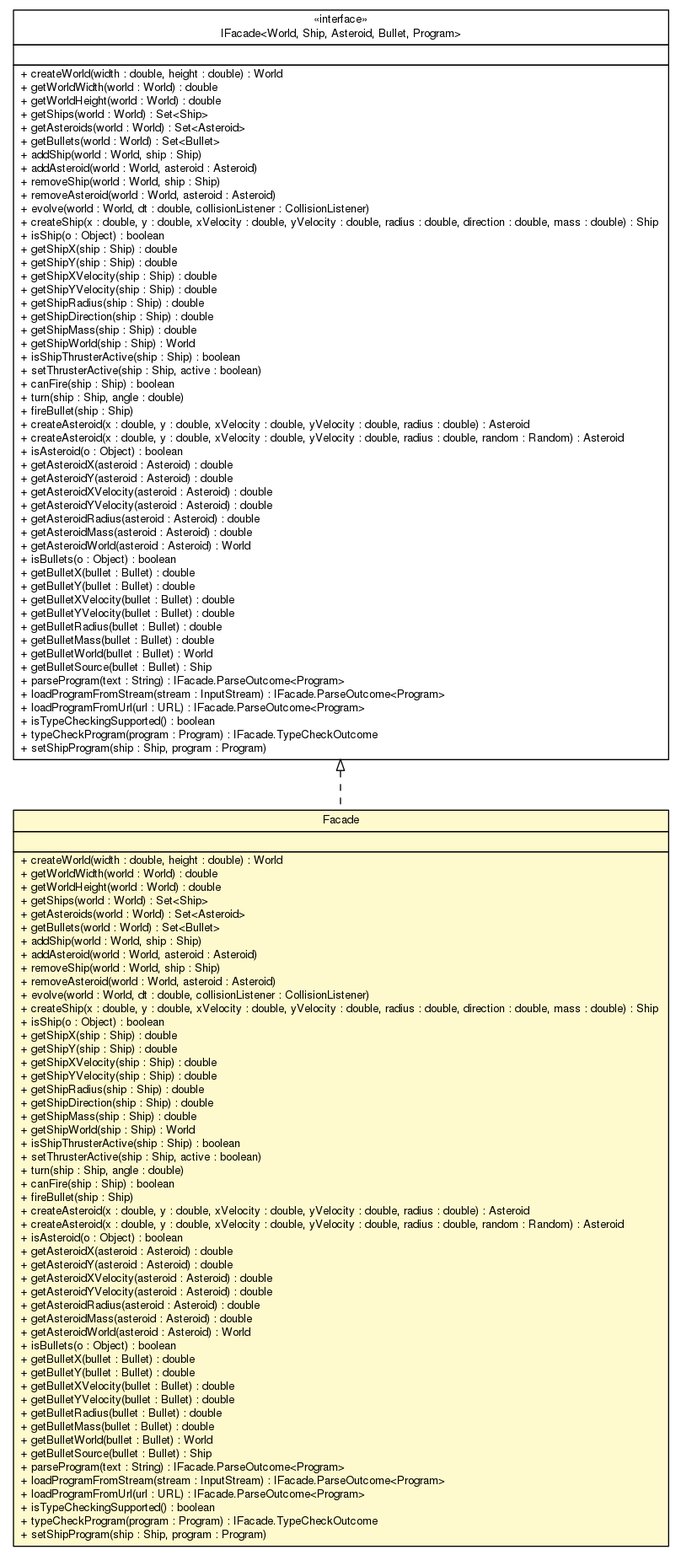
The Graphviz diagram doc/model/Facade.png in sinopeus/asteroids, before a commit. Its source is kept beside it as doc/model/Facade.dot. The source it was exported from:
```dot

digraph G {
	edge [fontname="Helvetica",fontsize=10,labelfontname="Helvetica",labelfontsize=10];
	node [fontname="Helvetica",fontsize=10,shape=plaintext];
	nodesep=0.25;
	ranksep=0.5;
	c8554 [label=<<table title="model.Facade" border="0" cellborder="1" cellspacing="0" cellpadding="2" port="p" bgcolor="lemonChiffon" href="./Facade.html">
		<tr><td><table border="0" cellspacing="0" cellpadding="1">
<tr><td align="center" balign="center"> Facade </td></tr>
		</table></td></tr>
		<tr><td><table border="0" cellspacing="0" cellpadding="1">
<tr><td align="left" balign="left">  </td></tr>
		</table></td></tr>
		<tr><td><table border="0" cellspacing="0" cellpadding="1">
<tr><td align="left" balign="left"> + createWorld(width : double, height : double) : World </td></tr>
<tr><td align="left" balign="left"> + getWorldWidth(world : World) : double </td></tr>
<tr><td align="left" balign="left"> + getWorldHeight(world : World) : double </td></tr>
<tr><td align="left" balign="left"> + getShips(world : World) : Set&lt;Ship&gt; </td></tr>
<tr><td align="left" balign="left"> + getAsteroids(world : World) : Set&lt;Asteroid&gt; </td></tr>
<tr><td align="left" balign="left"> + getBullets(world : World) : Set&lt;Bullet&gt; </td></tr>
<tr><td align="left" balign="left"> + addShip(world : World, ship : Ship) </td></tr>
<tr><td align="left" balign="left"> + addAsteroid(world : World, asteroid : Asteroid) </td></tr>
<tr><td align="left" balign="left"> + removeShip(world : World, ship : Ship) </td></tr>
<tr><td align="left" balign="left"> + removeAsteroid(world : World, asteroid : Asteroid) </td></tr>
<tr><td align="left" balign="left"> + evolve(world : World, dt : double, collisionListener : CollisionListener) </td></tr>
<tr><td align="left" balign="left"> + createShip(x : double, y : double, xVelocity : double, yVelocity : double, radius : double, direction : double, mass : double) : Ship </td></tr>
<tr><td align="left" balign="left"> + isShip(o : Object) : boolean </td></tr>
<tr><td align="left" balign="left"> + getShipX(ship : Ship) : double </td></tr>
<tr><td align="left" balign="left"> + getShipY(ship : Ship) : double </td></tr>
<tr><td align="left" balign="left"> + getShipXVelocity(ship : Ship) : double </td></tr>
<tr><td align="left" balign="left"> + getShipYVelocity(ship : Ship) : double </td></tr>
<tr><td align="left" balign="left"> + getShipRadius(ship : Ship) : double </td></tr>
<tr><td align="left" balign="left"> + getShipDirection(ship : Ship) : double </td></tr>
<tr><td align="left" balign="left"> + getShipMass(ship : Ship) : double </td></tr>
<tr><td align="left" balign="left"> + getShipWorld(ship : Ship) : World </td></tr>
<tr><td align="left" balign="left"> + isShipThrusterActive(ship : Ship) : boolean </td></tr>
<tr><td align="left" balign="left"> + setThrusterActive(ship : Ship, active : boolean) </td></tr>
<tr><td align="left" balign="left"> + turn(ship : Ship, angle : double) </td></tr>
<tr><td align="left" balign="left"> + canFire(ship : Ship) : boolean </td></tr>
<tr><td align="left" balign="left"> + fireBullet(ship : Ship) </td></tr>
<tr><td align="left" balign="left"> + createAsteroid(x : double, y : double, xVelocity : double, yVelocity : double, radius : double) : Asteroid </td></tr>
<tr><td align="left" balign="left"> + createAsteroid(x : double, y : double, xVelocity : double, yVelocity : double, radius : double, random : Random) : Asteroid </td></tr>
<tr><td align="left" balign="left"> + isAsteroid(o : Object) : boolean </td></tr>
<tr><td align="left" balign="left"> + getAsteroidX(asteroid : Asteroid) : double </td></tr>
<tr><td align="left" balign="left"> + getAsteroidY(asteroid : Asteroid) : double </td></tr>
<tr><td align="left" balign="left"> + getAsteroidXVelocity(asteroid : Asteroid) : double </td></tr>
<tr><td align="left" balign="left"> + getAsteroidYVelocity(asteroid : Asteroid) : double </td></tr>
<tr><td align="left" balign="left"> + getAsteroidRadius(asteroid : Asteroid) : double </td></tr>
<tr><td align="left" balign="left"> + getAsteroidMass(asteroid : Asteroid) : double </td></tr>
<tr><td align="left" balign="left"> + getAsteroidWorld(asteroid : Asteroid) : World </td></tr>
<tr><td align="left" balign="left"> + isBullets(o : Object) : boolean </td></tr>
<tr><td align="left" balign="left"> + getBulletX(bullet : Bullet) : double </td></tr>
<tr><td align="left" balign="left"> + getBulletY(bullet : Bullet) : double </td></tr>
<tr><td align="left" balign="left"> + getBulletXVelocity(bullet : Bullet) : double </td></tr>
<tr><td align="left" balign="left"> + getBulletYVelocity(bullet : Bullet) : double </td></tr>
<tr><td align="left" balign="left"> + getBulletRadius(bullet : Bullet) : double </td></tr>
<tr><td align="left" balign="left"> + getBulletMass(bullet : Bullet) : double </td></tr>
<tr><td align="left" balign="left"> + getBulletWorld(bullet : Bullet) : World </td></tr>
<tr><td align="left" balign="left"> + getBulletSource(bullet : Bullet) : Ship </td></tr>
<tr><td align="left" balign="left"> + parseProgram(text : String) : IFacade.ParseOutcome&lt;Program&gt; </td></tr>
<tr><td align="left" balign="left"> + loadProgramFromStream(stream : InputStream) : IFacade.ParseOutcome&lt;Program&gt; </td></tr>
<tr><td align="left" balign="left"> + loadProgramFromUrl(url : URL) : IFacade.ParseOutcome&lt;Program&gt; </td></tr>
<tr><td align="left" balign="left"> + isTypeCheckingSupported() : boolean </td></tr>
<tr><td align="left" balign="left"> + typeCheckProgram(program : Program) : IFacade.TypeCheckOutcome </td></tr>
<tr><td align="left" balign="left"> + setShipProgram(ship : Ship, program : Program) </td></tr>
		</table></td></tr>
		</table>>, URL="./Facade.html", fontname="Helvetica", fontcolor="black", fontsize=10.0];
	c8555 [label=<<table title="model.IFacade" border="0" cellborder="1" cellspacing="0" cellpadding="2" port="p" href="./IFacade.html">
		<tr><td><table border="0" cellspacing="0" cellpadding="1">
<tr><td align="center" balign="center"> &#171;interface&#187; </td></tr>
<tr><td align="center" balign="center"> IFacade&lt;World, Ship, Asteroid, Bullet, Program&gt; </td></tr>
		</table></td></tr>
		<tr><td><table border="0" cellspacing="0" cellpadding="1">
<tr><td align="left" balign="left">  </td></tr>
		</table></td></tr>
		<tr><td><table border="0" cellspacing="0" cellpadding="1">
<tr><td align="left" balign="left"> + createWorld(width : double, height : double) : World </td></tr>
<tr><td align="left" balign="left"> + getWorldWidth(world : World) : double </td></tr>
<tr><td align="left" balign="left"> + getWorldHeight(world : World) : double </td></tr>
<tr><td align="left" balign="left"> + getShips(world : World) : Set&lt;Ship&gt; </td></tr>
<tr><td align="left" balign="left"> + getAsteroids(world : World) : Set&lt;Asteroid&gt; </td></tr>
<tr><td align="left" balign="left"> + getBullets(world : World) : Set&lt;Bullet&gt; </td></tr>
<tr><td align="left" balign="left"> + addShip(world : World, ship : Ship) </td></tr>
<tr><td align="left" balign="left"> + addAsteroid(world : World, asteroid : Asteroid) </td></tr>
<tr><td align="left" balign="left"> + removeShip(world : World, ship : Ship) </td></tr>
<tr><td align="left" balign="left"> + removeAsteroid(world : World, asteroid : Asteroid) </td></tr>
<tr><td align="left" balign="left"> + evolve(world : World, dt : double, collisionListener : CollisionListener) </td></tr>
<tr><td align="left" balign="left"> + createShip(x : double, y : double, xVelocity : double, yVelocity : double, radius : double, direction : double, mass : double) : Ship </td></tr>
<tr><td align="left" balign="left"> + isShip(o : Object) : boolean </td></tr>
<tr><td align="left" balign="left"> + getShipX(ship : Ship) : double </td></tr>
<tr><td align="left" balign="left"> + getShipY(ship : Ship) : double </td></tr>
<tr><td align="left" balign="left"> + getShipXVelocity(ship : Ship) : double </td></tr>
<tr><td align="left" balign="left"> + getShipYVelocity(ship : Ship) : double </td></tr>
<tr><td align="left" balign="left"> + getShipRadius(ship : Ship) : double </td></tr>
<tr><td align="left" balign="left"> + getShipDirection(ship : Ship) : double </td></tr>
<tr><td align="left" balign="left"> + getShipMass(ship : Ship) : double </td></tr>
<tr><td align="left" balign="left"> + getShipWorld(ship : Ship) : World </td></tr>
<tr><td align="left" balign="left"> + isShipThrusterActive(ship : Ship) : boolean </td></tr>
<tr><td align="left" balign="left"> + setThrusterActive(ship : Ship, active : boolean) </td></tr>
<tr><td align="left" balign="left"> + canFire(ship : Ship) : boolean </td></tr>
<tr><td align="left" balign="left"> + turn(ship : Ship, angle : double) </td></tr>
<tr><td align="left" balign="left"> + fireBullet(ship : Ship) </td></tr>
<tr><td align="left" balign="left"> + createAsteroid(x : double, y : double, xVelocity : double, yVelocity : double, radius : double) : Asteroid </td></tr>
<tr><td align="left" balign="left"> + createAsteroid(x : double, y : double, xVelocity : double, yVelocity : double, radius : double, random : Random) : Asteroid </td></tr>
<tr><td align="left" balign="left"> + isAsteroid(o : Object) : boolean </td></tr>
<tr><td align="left" balign="left"> + getAsteroidX(asteroid : Asteroid) : double </td></tr>
<tr><td align="left" balign="left"> + getAsteroidY(asteroid : Asteroid) : double </td></tr>
<tr><td align="left" balign="left"> + getAsteroidXVelocity(asteroid : Asteroid) : double </td></tr>
<tr><td align="left" balign="left"> + getAsteroidYVelocity(asteroid : Asteroid) : double </td></tr>
<tr><td align="left" balign="left"> + getAsteroidRadius(asteroid : Asteroid) : double </td></tr>
<tr><td align="left" balign="left"> + getAsteroidMass(asteroid : Asteroid) : double </td></tr>
<tr><td align="left" balign="left"> + getAsteroidWorld(asteroid : Asteroid) : World </td></tr>
<tr><td align="left" balign="left"> + isBullets(o : Object) : boolean </td></tr>
<tr><td align="left" balign="left"> + getBulletX(bullet : Bullet) : double </td></tr>
<tr><td align="left" balign="left"> + getBulletY(bullet : Bullet) : double </td></tr>
<tr><td align="left" balign="left"> + getBulletXVelocity(bullet : Bullet) : double </td></tr>
<tr><td align="left" balign="left"> + getBulletYVelocity(bullet : Bullet) : double </td></tr>
<tr><td align="left" balign="left"> + getBulletRadius(bullet : Bullet) : double </td></tr>
<tr><td align="left" balign="left"> + getBulletMass(bullet : Bullet) : double </td></tr>
<tr><td align="left" balign="left"> + getBulletWorld(bullet : Bullet) : World </td></tr>
<tr><td align="left" balign="left"> + getBulletSource(bullet : Bullet) : Ship </td></tr>
<tr><td align="left" balign="left"> + parseProgram(text : String) : IFacade.ParseOutcome&lt;Program&gt; </td></tr>
<tr><td align="left" balign="left"> + loadProgramFromStream(stream : InputStream) : IFacade.ParseOutcome&lt;Program&gt; </td></tr>
<tr><td align="left" balign="left"> + loadProgramFromUrl(url : URL) : IFacade.ParseOutcome&lt;Program&gt; </td></tr>
<tr><td align="left" balign="left"> + isTypeCheckingSupported() : boolean </td></tr>
<tr><td align="left" balign="left"> + typeCheckProgram(program : Program) : IFacade.TypeCheckOutcome </td></tr>
<tr><td align="left" balign="left"> + setShipProgram(ship : Ship, program : Program) </td></tr>
		</table></td></tr>
		</table>>, URL="./IFacade.html", fontname="Helvetica", fontcolor="black", fontsize=10.0];
	c8555:p -> c8554:p [dir=back,arrowtail=empty,style=dashed];
}
```
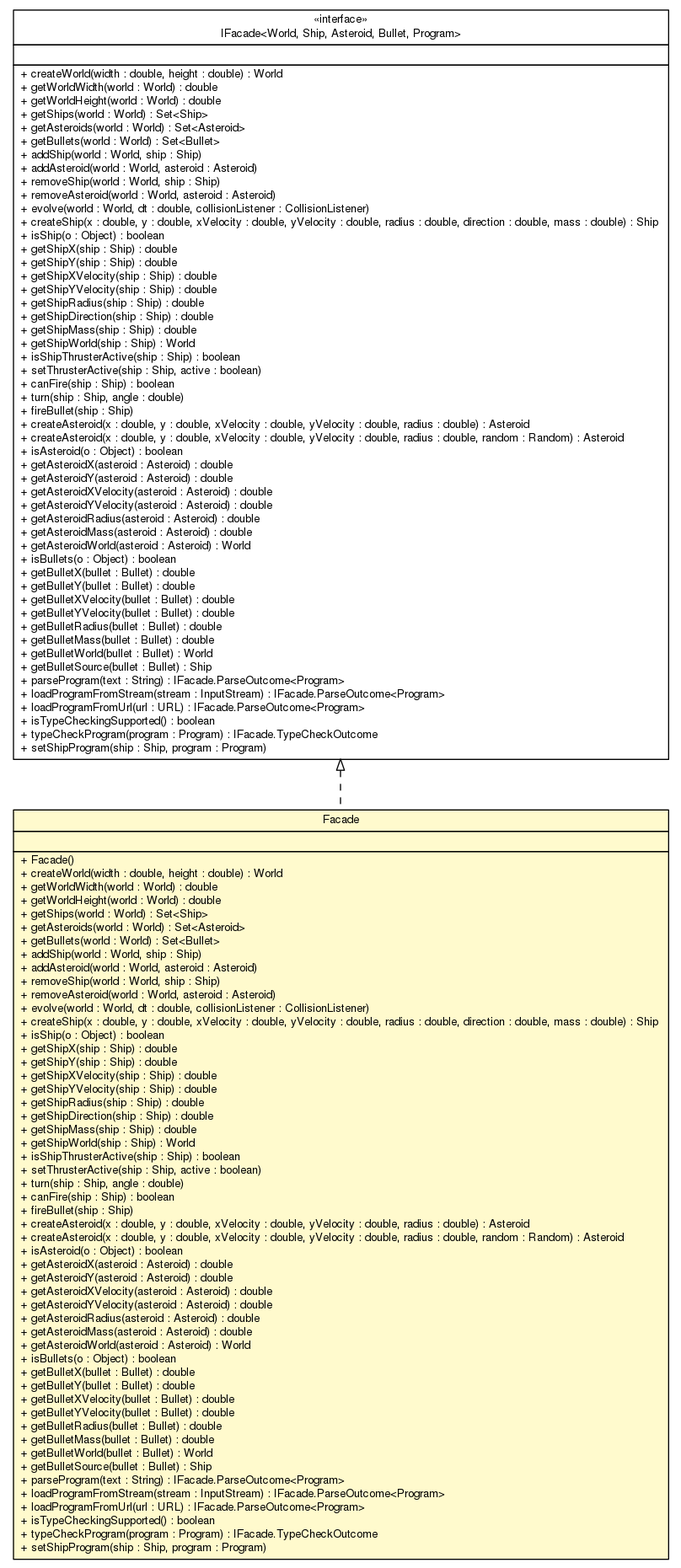
The same file after the commit.

Diff of the diagram source:
```diff
@@ -4,7 +4,7 @@
 	node [fontname="Helvetica",fontsize=10,shape=plaintext];
 	nodesep=0.25;
 	ranksep=0.5;
-	c8554 [label=<<table title="model.Facade" border="0" cellborder="1" cellspacing="0" cellpadding="2" port="p" bgcolor="lemonChiffon" href="./Facade.html">
+	c8592 [label=<<table title="model.Facade" border="0" cellborder="1" cellspacing="0" cellpadding="2" port="p" bgcolor="lemonChiffon" href="./Facade.html">
 		<tr><td><table border="0" cellspacing="0" cellpadding="1">
 <tr><td align="center" balign="center"> Facade </td></tr>
 		</table></td></tr>
@@ -12,6 +12,7 @@
 <tr><td align="left" balign="left">  </td></tr>
 		</table></td></tr>
 		<tr><td><table border="0" cellspacing="0" cellpadding="1">
+<tr><td align="left" balign="left"> + Facade() </td></tr>
 <tr><td align="left" balign="left"> + createWorld(width : double, height : double) : World </td></tr>
 <tr><td align="left" balign="left"> + getWorldWidth(world : World) : double </td></tr>
 <tr><td align="left" balign="left"> + getWorldHeight(world : World) : double </td></tr>
@@ -65,7 +66,7 @@
 <tr><td align="left" balign="left"> + setShipProgram(ship : Ship, program : Program) </td></tr>
 		</table></td></tr>
 		</table>>, URL="./Facade.html", fontname="Helvetica", fontcolor="black", fontsize=10.0];
-	c8555 [label=<<table title="model.IFacade" border="0" cellborder="1" cellspacing="0" cellpadding="2" port="p" href="./IFacade.html">
+	c8593 [label=<<table title="model.IFacade" border="0" cellborder="1" cellspacing="0" cellpadding="2" port="p" href="./IFacade.html">
 		<tr><td><table border="0" cellspacing="0" cellpadding="1">
 <tr><td align="center" balign="center"> &#171;interface&#187; </td></tr>
 <tr><td align="center" balign="center"> IFacade&lt;World, Ship, Asteroid, Bullet, Program&gt; </td></tr>
@@ -127,5 +128,5 @@
 <tr><td align="left" balign="left"> + setShipProgram(ship : Ship, program : Program) </td></tr>
 		</table></td></tr>
 		</table>>, URL="./IFacade.html", fontname="Helvetica", fontcolor="black", fontsize=10.0];
-	c8555:p -> c8554:p [dir=back,arrowtail=empty,style=dashed];
+	c8593:p -> c8592:p [dir=back,arrowtail=empty,style=dashed];
 }
```
